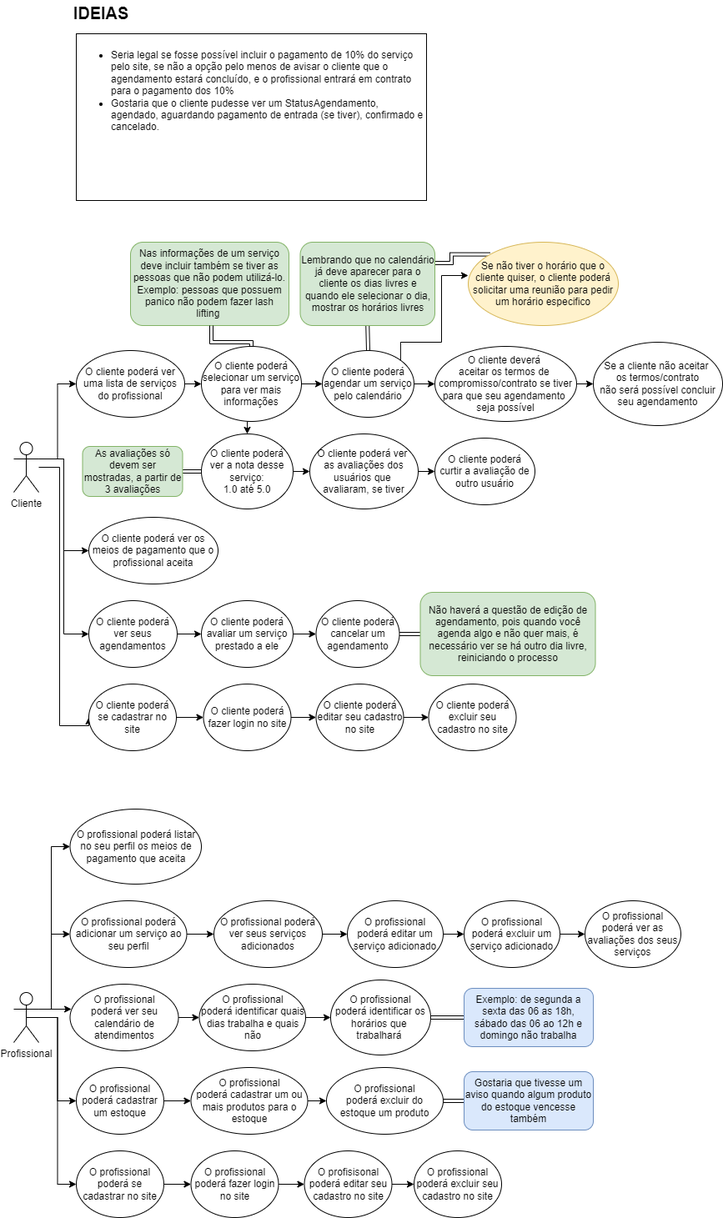
Earlier version of the draw.io export docs/casosDeUso.drawio.png (SamelaHostins/SISTEMA-DE-GERENCIAMENTO-BACKEND). Source tidied: cells renumbered, new cells last; positions are measured from the earlier drawing's top-left corner, leaving out a move shared by most shapes.
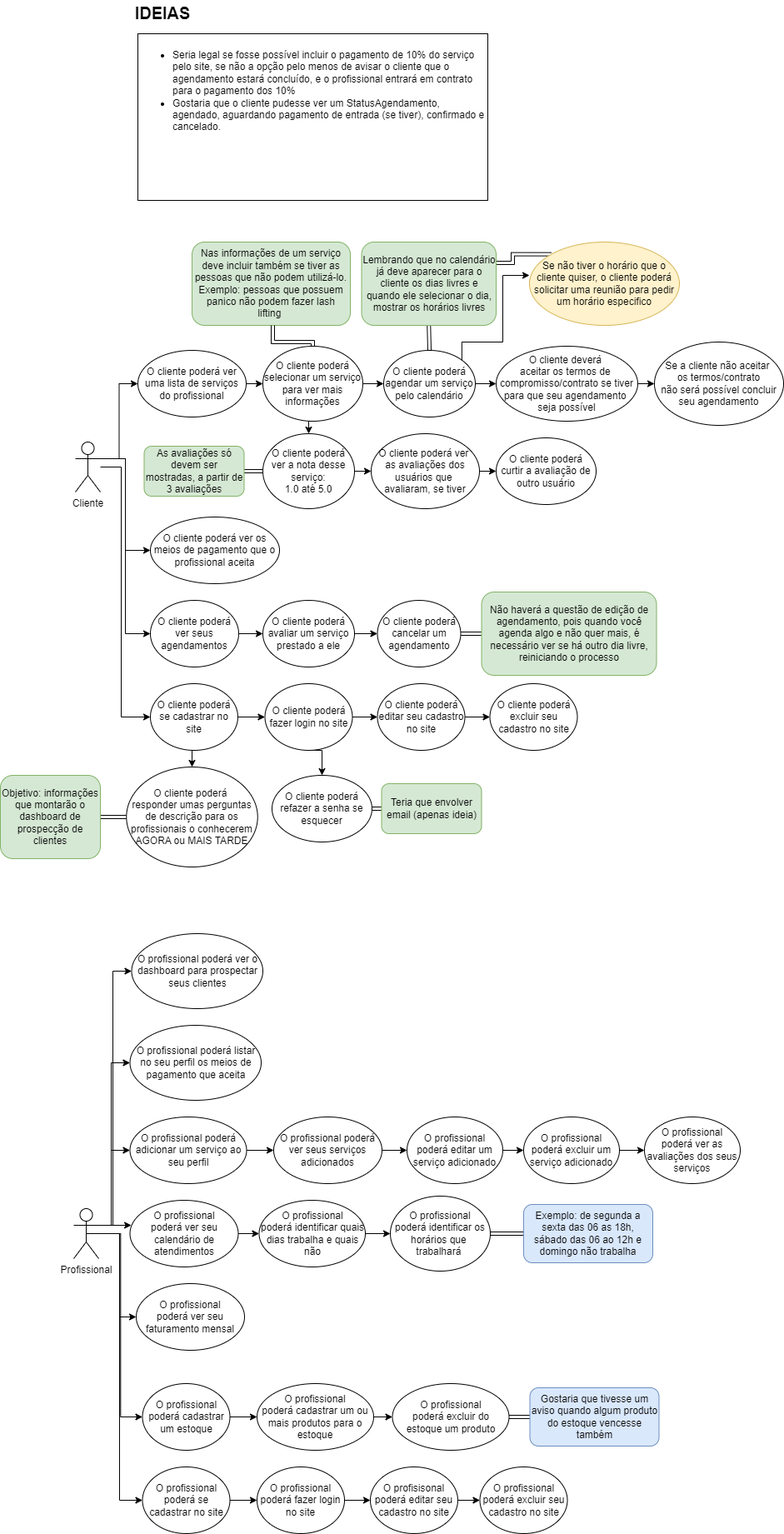
The same file after the commit.

Commit message:
feat: casos de uso

Change to the diagram source:
```diff
@@ -6,7 +6,7 @@
       <mxGeometry relative="1" as="geometry">
         <Array as="points">
           <mxPoint x="55" y="560" />
-          <mxPoint x="55" y="870" />
+          <mxPoint x="55" y="860" />
         </Array>
       </mxGeometry>
     </mxCell>
@@ -25,8 +25,8 @@
     <mxCell id="7" style="edgeStyle=orthogonalEdgeStyle;rounded=0;jettySize=auto;html=1;exitX=1;exitY=0.3333333333333333;exitDx=0;exitDy=0;exitPerimeter=0;entryX=0;entryY=0.5;entryDx=0;entryDy=0;" parent="1" edge="1" source="11" target="17">
       <mxGeometry relative="1" as="geometry">
         <Array as="points">
-          <mxPoint x="45" y="1210" />
-          <mxPoint x="45" y="1120" />
+          <mxPoint x="43" y="1470" />
+          <mxPoint x="43" y="1380" />
         </Array>
       </mxGeometry>
     </mxCell>
@@ -34,18 +34,41 @@
       <mxGeometry relative="1" as="geometry" />
     </mxCell>
     <mxCell id="9" style="edgeStyle=orthogonalEdgeStyle;rounded=0;jettySize=auto;html=1;exitX=0.5;exitY=0.5;exitDx=0;exitDy=0;exitPerimeter=0;entryX=0;entryY=0.5;entryDx=0;entryDy=0;" parent="1" edge="1" source="11" target="33">
-      <mxGeometry relative="1" as="geometry" />
+      <mxGeometry relative="1" as="geometry">
+        <Array as="points">
+          <mxPoint x="53" y="1480" />
+          <mxPoint x="53" y="1800" />
+        </Array>
+      </mxGeometry>
     </mxCell>
     <mxCell id="10" style="edgeStyle=orthogonalEdgeStyle;rounded=0;jettySize=auto;html=1;exitX=1;exitY=0.3333333333333333;exitDx=0;exitDy=0;exitPerimeter=0;entryX=0;entryY=0.5;entryDx=0;entryDy=0;" parent="1" edge="1" source="11" target="84">
       <mxGeometry relative="1" as="geometry">
         <Array as="points">
-          <mxPoint x="45" y="1210" />
-          <mxPoint x="45" y="1015" />
+          <mxPoint x="43" y="1470" />
+          <mxPoint x="43" y="1275" />
         </Array>
       </mxGeometry>
     </mxCell>
+    <mxCell id="85" style="edgeStyle=orthogonalEdgeStyle;rounded=0;orthogonalLoop=1;jettySize=auto;html=1;exitX=0.5;exitY=0.5;exitDx=0;exitDy=0;exitPerimeter=0;entryX=0;entryY=0.5;entryDx=0;entryDy=0;" parent="1" edge="1">
+      <mxGeometry relative="1" as="geometry">
+        <mxPoint x="13" y="1480" as="sourcePoint" />
+        <mxPoint x="73" y="1580" as="targetPoint" />
+        <Array as="points">
+          <mxPoint x="53" y="1480" />
+          <mxPoint x="53" y="1580" />
+        </Array>
+      </mxGeometry>
+    </mxCell>
+    <mxCell id="86" style="edgeStyle=orthogonalEdgeStyle;rounded=0;jettySize=auto;html=1;exitX=1;exitY=0.3333333333333333;exitDx=0;exitDy=0;exitPerimeter=0;entryX=0;entryY=0.5;entryDx=0;entryDy=0;" parent="1" edge="1" source="11" target="96">
+      <mxGeometry relative="1" as="geometry">
+        <Array as="points">
+          <mxPoint x="45" y="1470" />
+          <mxPoint x="45" y="1165" />
+        </Array>
+      </mxGeometry>
+    </mxCell>
     <mxCell id="11" value="Profissional" style="shape=umlActor;verticalLabelPosition=bottom;verticalAlign=top;html=1;outlineConnect=0;" parent="1" vertex="1">
-      <mxGeometry y="1190" width="30" height="60" as="geometry" />
+      <mxGeometry x="-2" y="1450" width="30" height="60" as="geometry" />
     </mxCell>
     <mxCell id="12" style="edgeStyle=orthogonalEdgeStyle;rounded=0;jettySize=auto;html=1;exitX=1;exitY=0.5;exitDx=0;exitDy=0;entryX=0;entryY=0.5;entryDx=0;entryDy=0;" parent="1" edge="1" source="13" target="19">
       <mxGeometry relative="1" as="geometry" />
@@ -57,13 +80,13 @@
       <mxGeometry relative="1" as="geometry" />
     </mxCell>
     <mxCell id="15" value="O profissional poderá fazer login no site" style="ellipse;whiteSpace=wrap;html=1;verticalAlign=middle;" parent="1" vertex="1">
-      <mxGeometry x="212.5" y="1380" width="105" height="80" as="geometry" />
+      <mxGeometry x="218" y="1760" width="105" height="80" as="geometry" />
     </mxCell>
     <mxCell id="16" style="edgeStyle=orthogonalEdgeStyle;rounded=0;jettySize=auto;html=1;" parent="1" edge="1" source="17" target="25">
       <mxGeometry relative="1" as="geometry" />
     </mxCell>
     <mxCell id="17" value="O profissional poderá adicionar um serviço ao seu perfil" style="ellipse;whiteSpace=wrap;html=1;verticalAlign=middle;" parent="1" vertex="1">
-      <mxGeometry x="67.5" y="1080" width="140" height="80" as="geometry" />
+      <mxGeometry x="65.5" y="1340" width="140" height="80" as="geometry" />
     </mxCell>
     <mxCell id="18" style="edgeStyle=orthogonalEdgeStyle;rounded=0;jettySize=auto;html=1;exitX=0.5;exitY=1;exitDx=0;exitDy=0;entryX=0.5;entryY=0;entryDx=0;entryDy=0;" parent="1" edge="1" source="19" target="54">
       <mxGeometry relative="1" as="geometry" />
@@ -87,19 +110,19 @@
       <mxGeometry relative="1" as="geometry" />
     </mxCell>
     <mxCell id="25" value="O profissional poderá &lt;br&gt;ver seus serviços adicionados" style="ellipse;whiteSpace=wrap;html=1;verticalAlign=middle;" parent="1" vertex="1">
-      <mxGeometry x="240" y="1080" width="130" height="80" as="geometry" />
+      <mxGeometry x="238" y="1340" width="130" height="80" as="geometry" />
     </mxCell>
     <mxCell id="26" style="edgeStyle=orthogonalEdgeStyle;rounded=0;jettySize=auto;html=1;" parent="1" edge="1" source="27" target="29">
       <mxGeometry relative="1" as="geometry" />
     </mxCell>
     <mxCell id="27" value="O profissional poderá editar um serviço adicionado" style="ellipse;whiteSpace=wrap;html=1;verticalAlign=middle;" parent="1" vertex="1">
-      <mxGeometry x="400" y="1080" width="115" height="80" as="geometry" />
+      <mxGeometry x="398" y="1340" width="115" height="80" as="geometry" />
     </mxCell>
     <mxCell id="28" style="edgeStyle=orthogonalEdgeStyle;rounded=0;jettySize=auto;html=1;" parent="1" edge="1" source="29" target="34">
       <mxGeometry relative="1" as="geometry" />
     </mxCell>
     <mxCell id="29" value="O profissional poderá excluir um serviço adicionado" style="ellipse;whiteSpace=wrap;html=1;verticalAlign=middle;" parent="1" vertex="1">
-      <mxGeometry x="540" y="1080" width="115" height="80" as="geometry" />
+      <mxGeometry x="538" y="1340" width="115" height="80" as="geometry" />
     </mxCell>
     <mxCell id="30" style="edgeStyle=orthogonalEdgeStyle;rounded=0;jettySize=auto;html=1;exitX=1;exitY=0.5;exitDx=0;exitDy=0;entryX=0;entryY=0.5;entryDx=0;entryDy=0;shape=link;" parent="1" edge="1" source="31" target="47">
       <mxGeometry relative="1" as="geometry" />
@@ -111,14 +134,17 @@
       <mxGeometry relative="1" as="geometry" />
     </mxCell>
     <mxCell id="33" value="O profissional&lt;br&gt;poderá se cadastrar no site" style="ellipse;whiteSpace=wrap;html=1;verticalAlign=middle;" parent="1" vertex="1">
-      <mxGeometry x="75" y="1380" width="105" height="80" as="geometry" />
+      <mxGeometry x="80.5" y="1760" width="105" height="80" as="geometry" />
     </mxCell>
     <mxCell id="34" value="O profissional poderá ver as avaliações dos seus serviços" style="ellipse;whiteSpace=wrap;html=1;verticalAlign=middle;" parent="1" vertex="1">
-      <mxGeometry x="685" y="1080" width="115" height="80" as="geometry" />
+      <mxGeometry x="683" y="1340" width="115" height="80" as="geometry" />
     </mxCell>
     <mxCell id="35" style="edgeStyle=orthogonalEdgeStyle;rounded=0;jettySize=auto;html=1;" parent="1" edge="1" source="36" target="52">
       <mxGeometry relative="1" as="geometry" />
     </mxCell>
+    <mxCell id="87" style="edgeStyle=orthogonalEdgeStyle;rounded=0;jettySize=auto;html=1;exitX=0.5;exitY=1;exitDx=0;exitDy=0;entryX=0.5;entryY=0;entryDx=0;entryDy=0;" parent="1" edge="1" source="36" target="94">
+      <mxGeometry relative="1" as="geometry" />
+    </mxCell>
     <mxCell id="36" value="O cliente poderá se cadastrar no site" style="ellipse;whiteSpace=wrap;html=1;verticalAlign=middle;" parent="1" vertex="1">
       <mxGeometry x="90" y="820" width="105" height="80" as="geometry" />
     </mxCell>
@@ -126,31 +152,31 @@
       <mxGeometry relative="1" as="geometry" />
     </mxCell>
     <mxCell id="38" value="O profissional&lt;br&gt;poderá cadastrar um estoque" style="ellipse;whiteSpace=wrap;html=1;verticalAlign=middle;" parent="1" vertex="1">
-      <mxGeometry x="75" y="1280" width="105" height="80" as="geometry" />
+      <mxGeometry x="80.5" y="1660" width="105" height="80" as="geometry" />
     </mxCell>
     <mxCell id="39" style="edgeStyle=orthogonalEdgeStyle;rounded=0;jettySize=auto;html=1;" parent="1" edge="1" source="40" target="42">
       <mxGeometry relative="1" as="geometry" />
     </mxCell>
     <mxCell id="40" value="O profissional&lt;br&gt;poderá cadastrar um ou mais produtos para o estoque" style="ellipse;whiteSpace=wrap;html=1;verticalAlign=middle;" parent="1" vertex="1">
-      <mxGeometry x="212.5" y="1280" width="140" height="80" as="geometry" />
+      <mxGeometry x="218" y="1660" width="140" height="80" as="geometry" />
     </mxCell>
     <mxCell id="41" style="edgeStyle=orthogonalEdgeStyle;rounded=0;jettySize=auto;html=1;exitX=1;exitY=0.5;exitDx=0;exitDy=0;entryX=0;entryY=0.5;entryDx=0;entryDy=0;shape=link;" parent="1" edge="1" source="42" target="74">
       <mxGeometry relative="1" as="geometry" />
     </mxCell>
     <mxCell id="42" value="O profissional&lt;br&gt;poderá excluir do estoque um produto" style="ellipse;whiteSpace=wrap;html=1;verticalAlign=middle;" parent="1" vertex="1">
-      <mxGeometry x="375" y="1280" width="140" height="80" as="geometry" />
+      <mxGeometry x="380.5" y="1660" width="140" height="80" as="geometry" />
     </mxCell>
     <mxCell id="43" style="edgeStyle=orthogonalEdgeStyle;rounded=0;jettySize=auto;html=1;" parent="1" edge="1" source="44" target="46">
       <mxGeometry relative="1" as="geometry" />
     </mxCell>
     <mxCell id="44" value="O profissional&lt;br&gt;poderá ver seu calendário de atendimentos" style="ellipse;whiteSpace=wrap;html=1;verticalAlign=middle;" parent="1" vertex="1">
-      <mxGeometry x="67.5" y="1180" width="130" height="80" as="geometry" />
+      <mxGeometry x="65.5" y="1440" width="130" height="80" as="geometry" />
     </mxCell>
     <mxCell id="45" style="edgeStyle=orthogonalEdgeStyle;rounded=0;jettySize=auto;html=1;exitX=1;exitY=0.5;exitDx=0;exitDy=0;entryX=0;entryY=0.5;entryDx=0;entryDy=0;" parent="1" edge="1" source="46" target="76">
       <mxGeometry relative="1" as="geometry" />
     </mxCell>
     <mxCell id="46" value="O profissional&lt;br&gt;poderá identificar quais dias trabalha e quais não" style="ellipse;whiteSpace=wrap;html=1;verticalAlign=middle;" parent="1" vertex="1">
-      <mxGeometry x="222.5" y="1180" width="127.5" height="80" as="geometry" />
+      <mxGeometry x="220.5" y="1440" width="127.5" height="80" as="geometry" />
     </mxCell>
     <mxCell id="47" value="Não haverá a questão de edição de agendamento, pois quando você agenda algo e não quer mais, é necessário ver se há outro dia livre, reiniciando o processo" style="rounded=1;whiteSpace=wrap;html=1;fillColor=#d5e8d4;strokeColor=#82b366;" parent="1" vertex="1">
       <mxGeometry x="487.5" y="710" width="210" height="100" as="geometry" />
@@ -169,6 +195,9 @@
     <mxCell id="51" style="edgeStyle=orthogonalEdgeStyle;rounded=0;jettySize=auto;html=1;exitX=1;exitY=0.5;exitDx=0;exitDy=0;entryX=0;entryY=0.5;entryDx=0;entryDy=0;" parent="1" edge="1" source="52" target="69">
       <mxGeometry relative="1" as="geometry" />
     </mxCell>
+    <mxCell id="88" style="edgeStyle=orthogonalEdgeStyle;rounded=0;jettySize=auto;html=1;exitX=0.5;exitY=1;exitDx=0;exitDy=0;entryX=0.5;entryY=0;entryDx=0;entryDy=0;" parent="1" edge="1" source="52" target="90">
+      <mxGeometry relative="1" as="geometry" />
+    </mxCell>
     <mxCell id="52" value="O cliente poderá fazer login no site" style="ellipse;whiteSpace=wrap;html=1;verticalAlign=middle;" parent="1" vertex="1">
       <mxGeometry x="227.5" y="820" width="105" height="80" as="geometry" />
     </mxCell>
@@ -235,22 +264,22 @@
       <mxGeometry relative="1" as="geometry" />
     </mxCell>
     <mxCell id="72" value="O profisisonal poderá editar seu cadastro no site" style="ellipse;whiteSpace=wrap;html=1;verticalAlign=middle;" parent="1" vertex="1">
-      <mxGeometry x="348.5" y="1380" width="105" height="80" as="geometry" />
+      <mxGeometry x="354" y="1760" width="105" height="80" as="geometry" />
     </mxCell>
     <mxCell id="73" value="O profissional poderá excluir seu cadastro no site" style="ellipse;whiteSpace=wrap;html=1;verticalAlign=middle;" parent="1" vertex="1">
-      <mxGeometry x="480" y="1380" width="105" height="80" as="geometry" />
+      <mxGeometry x="485.5" y="1760" width="105" height="80" as="geometry" />
     </mxCell>
     <mxCell id="74" value="Gostaria que tivesse um aviso quando algum produto do estoque vencesse também" style="rounded=1;whiteSpace=wrap;html=1;fillColor=#dae8fc;strokeColor=#6c8ebf;" parent="1" vertex="1">
-      <mxGeometry x="540" y="1285" width="155" height="70" as="geometry" />
+      <mxGeometry x="545.5" y="1665" width="155" height="70" as="geometry" />
     </mxCell>
     <mxCell id="75" style="edgeStyle=orthogonalEdgeStyle;rounded=0;jettySize=auto;html=1;exitX=1;exitY=0.5;exitDx=0;exitDy=0;entryX=0;entryY=0.5;entryDx=0;entryDy=0;shape=link;" parent="1" edge="1" source="76" target="77">
       <mxGeometry relative="1" as="geometry" />
     </mxCell>
     <mxCell id="76" value="O profissional&lt;br&gt;poderá identificar os horários que&amp;nbsp;&lt;div&gt;trabalhará&amp;nbsp;&lt;/div&gt;" style="ellipse;whiteSpace=wrap;html=1;verticalAlign=middle;" parent="1" vertex="1">
-      <mxGeometry x="380" y="1175" width="120" height="90" as="geometry" />
+      <mxGeometry x="378" y="1435" width="120" height="90" as="geometry" />
     </mxCell>
     <mxCell id="77" value="Exemplo: de segunda a sexta das 06 as 18h, sábado das 06 ao 12h e domingo não trabalha" style="rounded=1;whiteSpace=wrap;html=1;fillColor=#dae8fc;strokeColor=#6c8ebf;" parent="1" vertex="1">
-      <mxGeometry x="540" y="1185" width="155" height="70" as="geometry" />
+      <mxGeometry x="538" y="1445" width="155" height="70" as="geometry" />
     </mxCell>
     <mxCell id="78" value="Se não tiver o horário que o cliente quiser, o cliente poderá solicitar uma reunião para pedir um horário especifico" style="ellipse;whiteSpace=wrap;html=1;fillColor=#fff2cc;strokeColor=#d6b656;" parent="1" vertex="1">
       <mxGeometry x="545" y="290" width="180" height="100" as="geometry" />
@@ -277,7 +306,31 @@
       <mxGeometry x="90" y="620" width="155" height="80" as="geometry" />
     </mxCell>
     <mxCell id="84" value="O profissional poderá listar no seu perfil os meios de pagamento que aceita" style="ellipse;whiteSpace=wrap;html=1;verticalAlign=middle;" parent="1" vertex="1">
-      <mxGeometry x="67.5" y="970" width="157.5" height="90" as="geometry" />
+      <mxGeometry x="65.5" y="1230" width="157.5" height="90" as="geometry" />
     </mxCell>
+    <mxCell id="89" style="edgeStyle=orthogonalEdgeStyle;rounded=0;jettySize=auto;html=1;exitX=1;exitY=0.5;exitDx=0;exitDy=0;shape=link;" parent="1" edge="1" source="90" target="91">
+      <mxGeometry relative="1" as="geometry" />
+    </mxCell>
+    <mxCell id="90" value="O cliente poderá refazer a senha se esquecer" style="ellipse;whiteSpace=wrap;html=1;" parent="1" vertex="1">
+      <mxGeometry x="236" y="930" width="120" height="80" as="geometry" />
+    </mxCell>
+    <mxCell id="91" value="Teria que envolver email (apenas ideia)" style="rounded=1;whiteSpace=wrap;html=1;fillColor=#d5e8d4;strokeColor=#82b366;" parent="1" vertex="1">
+      <mxGeometry x="367.5" y="940" width="120" height="60" as="geometry" />
+    </mxCell>
+    <mxCell id="92" value="O profissional&lt;br&gt;poderá ver seu faturamento mensal" style="ellipse;whiteSpace=wrap;html=1;verticalAlign=middle;" parent="1" vertex="1">
+      <mxGeometry x="73" y="1540" width="130" height="80" as="geometry" />
+    </mxCell>
+    <mxCell id="93" style="edgeStyle=orthogonalEdgeStyle;rounded=0;jettySize=auto;html=1;exitX=0;exitY=0.5;exitDx=0;exitDy=0;entryX=1;entryY=0.5;entryDx=0;entryDy=0;shape=link;" parent="1" edge="1" source="94" target="95">
+      <mxGeometry relative="1" as="geometry" />
+    </mxCell>
+    <mxCell id="94" value="O cliente poderá&amp;nbsp;&lt;div&gt;responder umas perguntas de descrição para os profissionais o conhecerem AGORA ou MAIS TARDE&lt;/div&gt;" style="ellipse;whiteSpace=wrap;html=1;verticalAlign=middle;" parent="1" vertex="1">
+      <mxGeometry x="61.2" y="920" width="157.5" height="120" as="geometry" />
+    </mxCell>
+    <mxCell id="95" value="Objetivo: informações que montarão o dashboard de prospecção de clientes" style="rounded=1;whiteSpace=wrap;html=1;fillColor=#d5e8d4;strokeColor=#82b366;" parent="1" vertex="1">
+      <mxGeometry x="-90" y="930" width="120" height="100" as="geometry" />
+    </mxCell>
+    <mxCell id="96" value="O profissional poderá ver o dashboard para prospectar seus clientes" style="ellipse;whiteSpace=wrap;html=1;verticalAlign=middle;" parent="1" vertex="1">
+      <mxGeometry x="67.5" y="1120" width="157.5" height="90" as="geometry" />
+    </mxCell>
   </root>
 </mxGraphModel>
```
